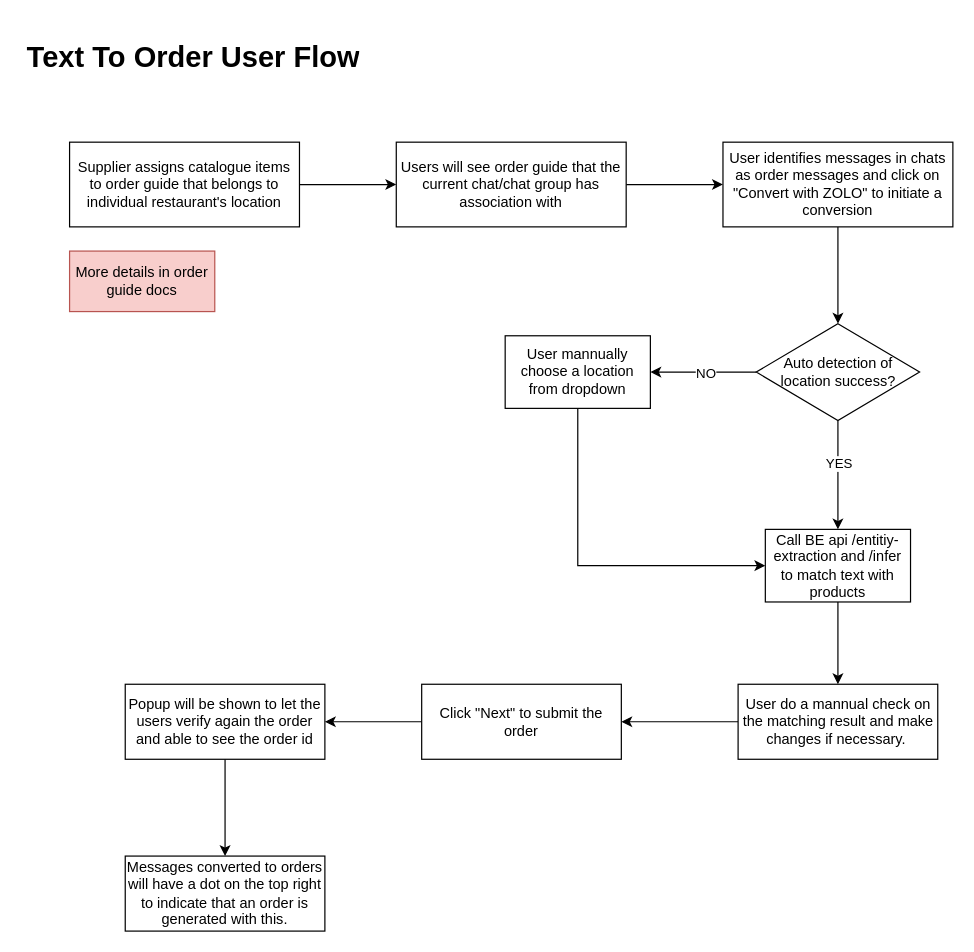
Earlier version of the draw.io diagram text_to_order_user_flow.drawio (R-D-D-D/drawio). Source tidied: cells renumbered, new cells numbered last; positions are measured from the earlier drawing's top-left corner, leaving out a move shared by most shapes. Both pictures are drawn from the tidied source at 121%, with x=0, y=0 at pixel (21, 33).
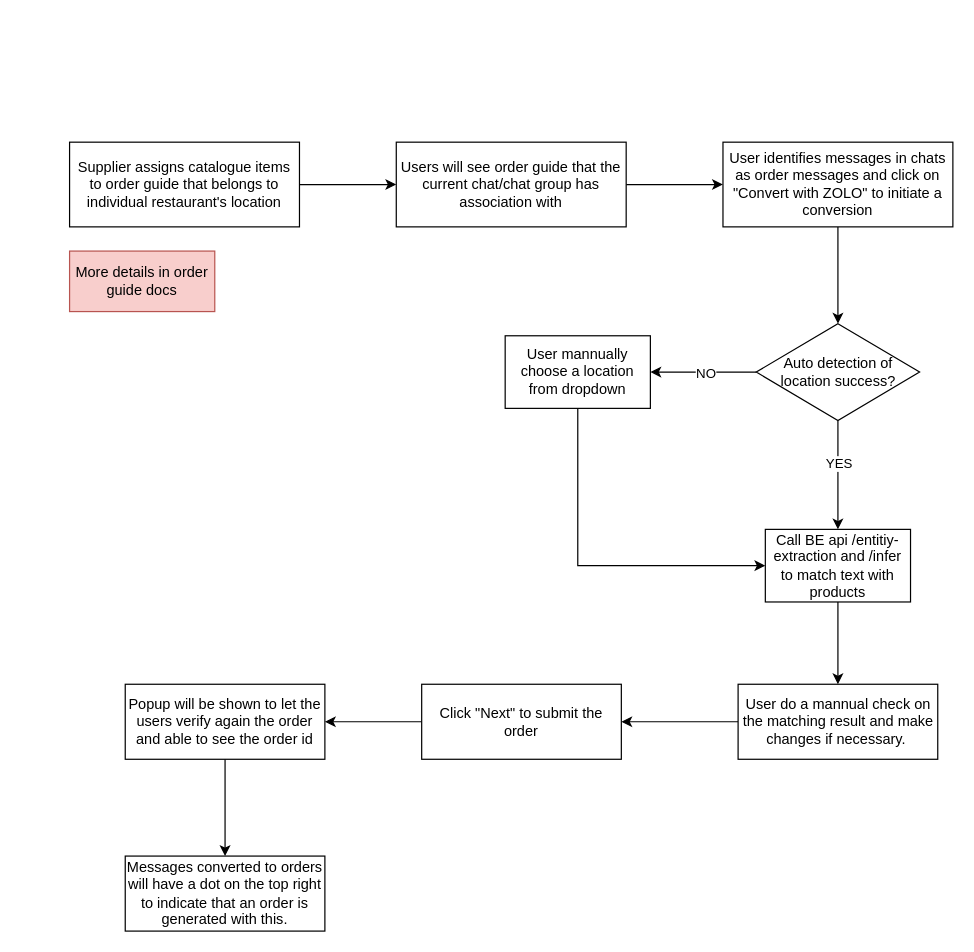
Above is the later version.

The edit, as a diff of the source:
```diff
@@
-    <mxCell id="2" value="&lt;h1&gt;&lt;span style=&quot;background-color: initial;&quot;&gt;Text To Order User Flow&lt;/span&gt;&lt;/h1&gt;" style="text;html=1;strokeColor=none;fillColor=none;spacing=5;spacingTop=-20;whiteSpace=wrap;overflow=hidden;rounded=0;" parent="1" vertex="1">
-      <mxGeometry width="290" height="40" as="geometry" />
-    </mxCell>
```
